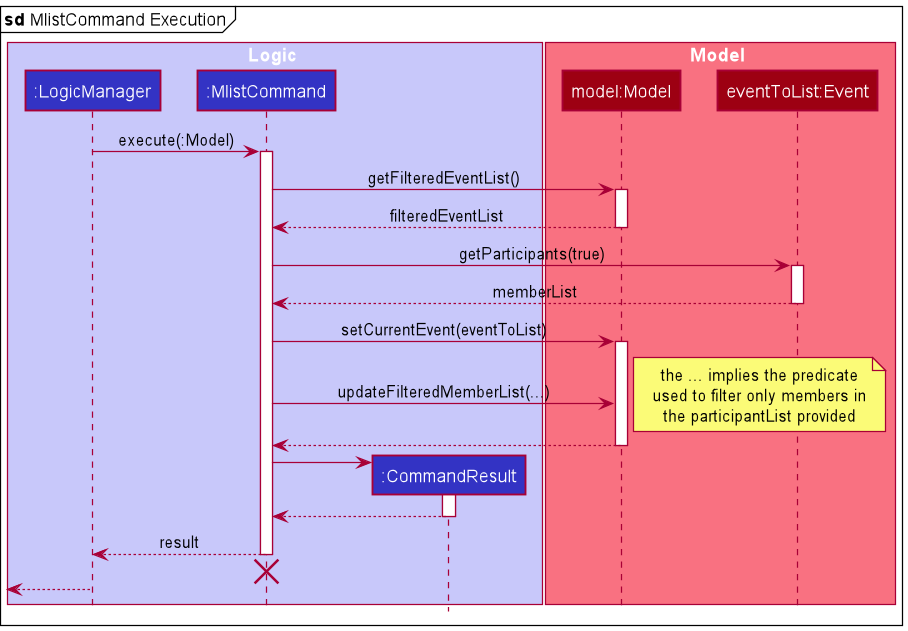
nus-cs2103-AY2122S1/tp keeps this PlantUML diagram as docs/images/MlistExecutionSequenceDiagram.png. Above is the earlier version.
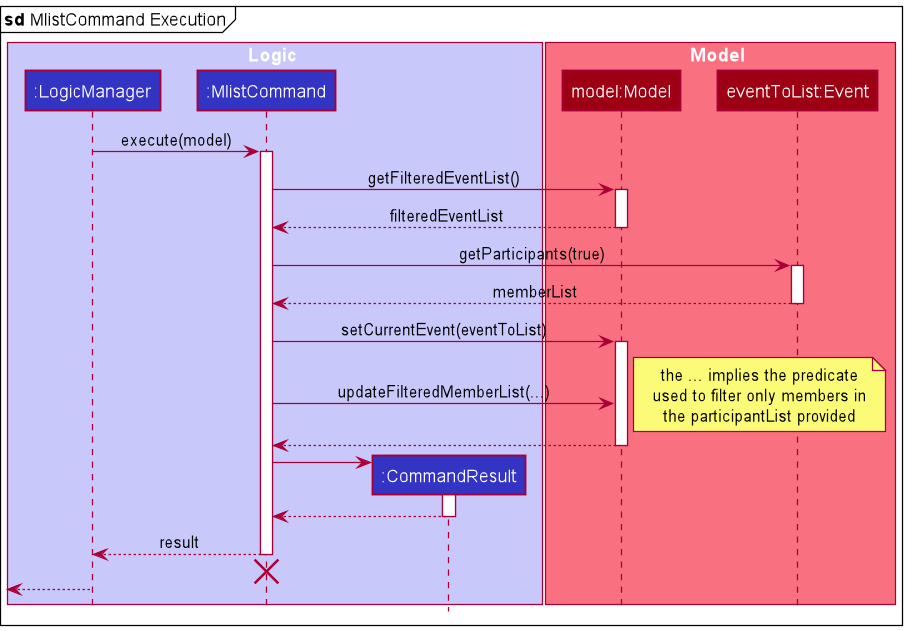
After the change.

Diff of the diagram source:
```diff
@@ -13,7 +13,7 @@
 participant "eventToList:Event" as Event MODEL_COLOR
 end box
 
-LogicManager -> MlistCommand : execute(:Model)
+LogicManager -> MlistCommand : execute(model)
 activate MlistCommand
 
 MlistCommand -> Model : getFilteredEventList()
```
